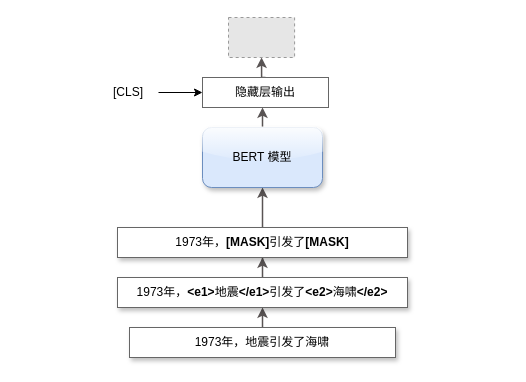
The draw.io diagram page "模糊-Mask" (6 of 13) of 2.drawio in JiaXinLI98/myProject, before the edit. Source tidied: cells renumbered, new cells numbered last; positions are measured from the earlier drawing's top-left corner, leaving out a move shared by most shapes. Both pictures are drawn from the tidied source at 100%, with x=0, y=0 at pixel (98, 17). Pictures stored in the file or linked from it are replaced by grey dashed boxes.
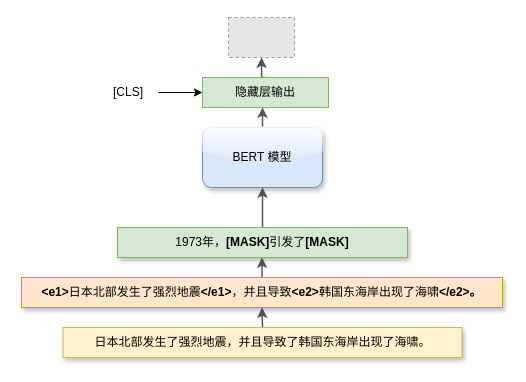
After the change.

The edit, as a diff of the source:
```diff
@@
 <mxGraphModel>
   <root>
     <mxCell id="0" />
     <mxCell id="1" parent="0" />
     <mxCell id="2" style="edgeStyle=orthogonalEdgeStyle;rounded=0;jettySize=auto;html=1;exitX=0.5;exitY=0;exitDx=0;exitDy=0;entryX=0.5;entryY=1;entryDx=0;entryDy=0;strokeWidth=1.5;strokeColor=#595454;" parent="1" edge="1" source="3" target="5">
       <mxGeometry relative="1" as="geometry" />
     </mxCell>
-    <mxCell id="3" value="1973年，地震引发了海啸" style="rounded=0;whiteSpace=wrap;html=1;shadow=1;strokeColor=#666666;" parent="1" vertex="1">
-      <mxGeometry x="31" y="310" width="266" height="30" as="geometry" />
+    <mxCell id="3" value="日本北部发生了强烈地震，并且导致了韩国东海岸出现了海啸。" style="rounded=0;whiteSpace=wrap;html=1;shadow=1;strokeColor=#d6b656;fillColor=#fff2cc;" parent="1" vertex="1">
+      <mxGeometry x="-35.5" y="310" width="399" height="30" as="geometry" />
     </mxCell>
     <mxCell id="4" style="edgeStyle=orthogonalEdgeStyle;rounded=0;jettySize=auto;html=1;exitX=0.5;exitY=0;exitDx=0;exitDy=0;strokeWidth=1.5;strokeColor=#595454;" parent="1" edge="1" source="5" target="7">
       <mxGeometry relative="1" as="geometry" />
     </mxCell>
-    <mxCell id="5" value="1973年，&lt;b&gt;&amp;lt;e1&amp;gt;&lt;/b&gt;地震&lt;b&gt;&amp;lt;/e1&amp;gt;&lt;/b&gt;引发了&lt;b&gt;&amp;lt;e2&amp;gt;&lt;/b&gt;海啸&lt;b&gt;&amp;lt;/e2&amp;gt;&lt;/b&gt;" style="rounded=0;whiteSpace=wrap;html=1;shadow=1;strokeColor=#666666;" parent="1" vertex="1">
-      <mxGeometry x="19" y="260" width="290" height="30" as="geometry" />
+    <mxCell id="5" value="&lt;b&gt;&amp;lt;e1&amp;gt;&lt;/b&gt;日本北部发生了强烈地震&lt;b&gt;&amp;lt;/e1&amp;gt;&lt;/b&gt;，并且导致&lt;b&gt;&amp;lt;e2&amp;gt;&lt;/b&gt;韩国东海岸出现了海啸&lt;b&gt;&amp;lt;/e2&amp;gt;。&lt;/b&gt;" style="rounded=0;whiteSpace=wrap;html=1;shadow=1;strokeColor=#d79b00;fillColor=#ffe6cc;" parent="1" vertex="1">
+      <mxGeometry x="-77" y="260" width="481" height="30" as="geometry" />
     </mxCell>
     <mxCell id="6" style="edgeStyle=orthogonalEdgeStyle;rounded=0;jettySize=auto;html=1;entryX=0.5;entryY=1;entryDx=0;entryDy=0;strokeWidth=1.5;strokeColor=#595454;" parent="1" edge="1" source="7" target="9">
       <mxGeometry relative="1" as="geometry" />
     </mxCell>
-    <mxCell id="7" value="1973年，&lt;b&gt;[MASK]&lt;/b&gt;引发了&lt;b&gt;[MASK]&lt;/b&gt;" style="rounded=0;whiteSpace=wrap;html=1;shadow=1;strokeColor=#666666;" parent="1" vertex="1">
+    <mxCell id="7" value="1973年，&lt;b&gt;[MASK]&lt;/b&gt;引发了&lt;b&gt;[MASK]&lt;/b&gt;" style="rounded=0;whiteSpace=wrap;html=1;shadow=1;strokeColor=#82b366;fillColor=#d5e8d4;" parent="1" vertex="1">
       <mxGeometry x="19" y="210" width="290" height="30" as="geometry" />
     </mxCell>
     <mxCell id="8" style="edgeStyle=orthogonalEdgeStyle;rounded=0;jettySize=auto;html=1;strokeWidth=1.5;strokeColor=#595454;" parent="1" edge="1" source="9">
       <mxGeometry relative="1" as="geometry">
         <mxPoint x="164" y="90" as="targetPoint" />
       </mxGeometry>
     </mxCell>
     <mxCell id="9" value="BERT 模型" style="rounded=1;whiteSpace=wrap;html=1;glass=1;shadow=1;fillColor=#dae8fc;strokeColor=#6c8ebf;" parent="1" vertex="1">
       <mxGeometry x="104" y="110" width="120" height="60" as="geometry" />
     </mxCell>
     <mxCell id="10" style="edgeStyle=orthogonalEdgeStyle;rounded=0;jettySize=auto;html=1;exitX=0.5;exitY=0;exitDx=0;exitDy=0;entryX=0.5;entryY=1;entryDx=0;entryDy=0;strokeWidth=1.5;strokeColor=#595454;" parent="1" edge="1" source="11" target="14">
       <mxGeometry relative="1" as="geometry" />
     </mxCell>
-    <mxCell id="11" value="隐藏层输出" style="rounded=0;whiteSpace=wrap;html=1;strokeColor=#666666;" parent="1" vertex="1">
+    <mxCell id="11" value="隐藏层输出" style="rounded=0;whiteSpace=wrap;html=1;strokeColor=#82b366;fillColor=#d5e8d4;" parent="1" vertex="1">
       <mxGeometry x="104" y="60" width="126" height="30" as="geometry" />
     </mxCell>
     <mxCell id="12" style="edgeStyle=orthogonalEdgeStyle;rounded=0;jettySize=auto;html=1;entryX=0;entryY=0.5;entryDx=0;entryDy=0;" parent="1" edge="1" source="13" target="11">
       <mxGeometry relative="1" as="geometry" />
     </mxCell>
     <mxCell id="13" value="[CLS]" style="text;html=1;strokeColor=none;fillColor=none;align=center;verticalAlign=middle;whiteSpace=wrap;rounded=0;" parent="1" vertex="1">
       <mxGeometry y="60" width="60" height="30" as="geometry" />
     </mxCell>
     <mxCell id="14" style="fillColor=#E6E6E6;strokeColor=#999999;dashed=1;verticalLabelPosition=bottom;labelBackgroundColor=default;verticalAlign=top;" parent="1" vertex="1">
       <mxGeometry x="130" width="66.1" height="40" as="geometry" />
     </mxCell>
   </root>
 </mxGraphModel>
```
